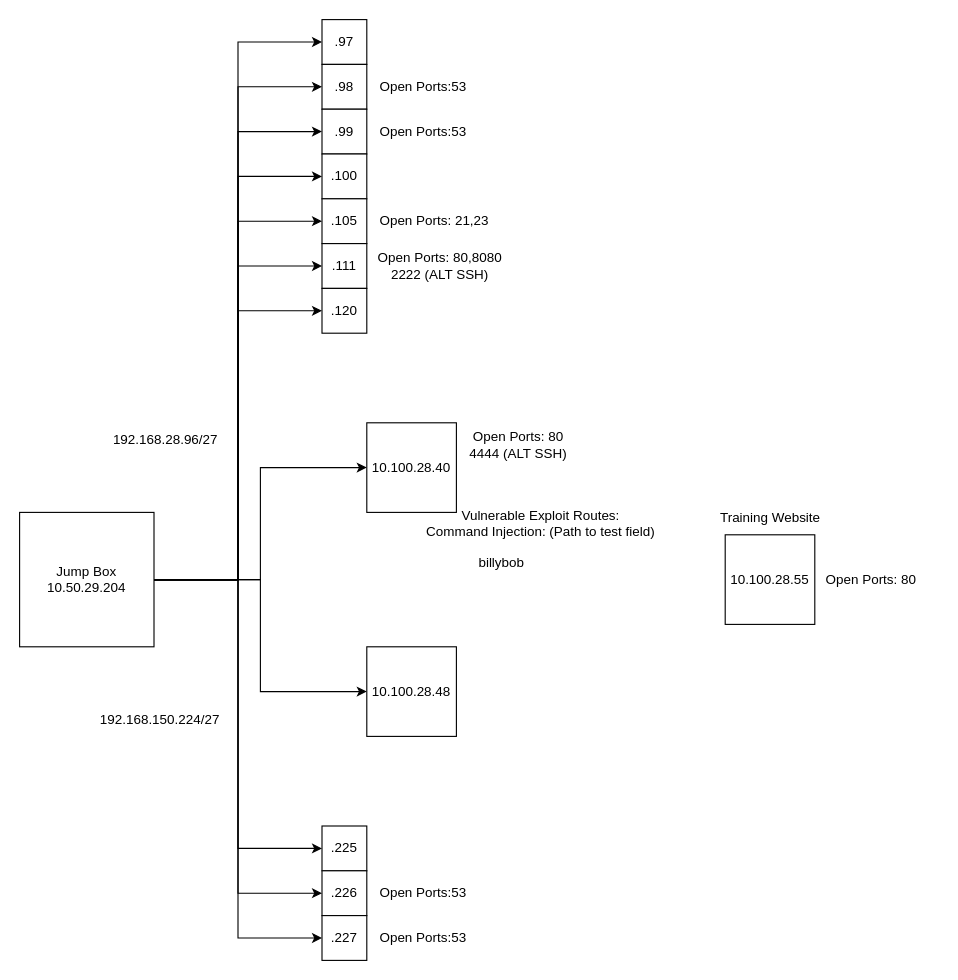
Above: Security/Untitled Diagram.drawio in LukeaBrown/COSC (draw.io), before the change. Source tidied: cells renumbered, new cells numbered last; positions are measured from the earlier drawing's top-left corner, leaving out a move shared by most shapes. Both pictures are drawn from the tidied source at 112%, with x=0, y=0 at pixel (19, 19).
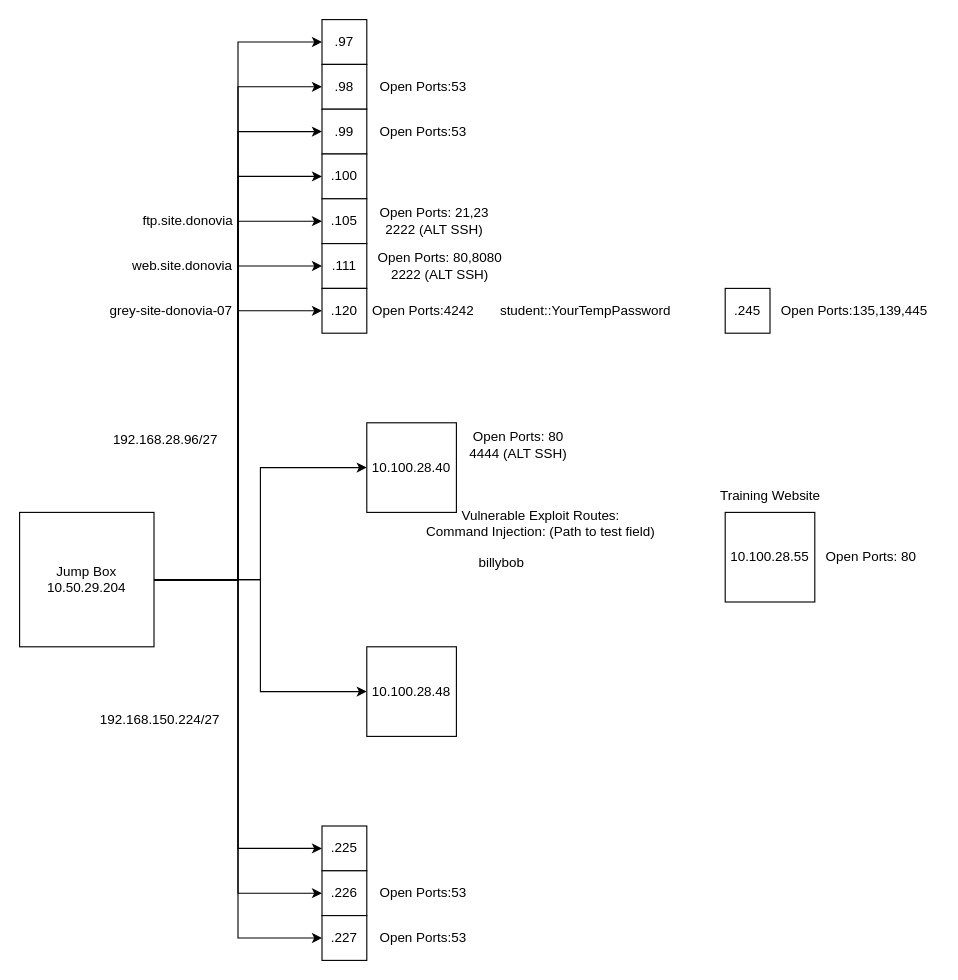
The same diagram, later.

Diff of the diagram source:
```diff
@@
-    <mxCell id="22" value="Open Ports: 21,23" style="text;html=1;align=center;verticalAlign=middle;strokeColor=none;fillColor=none;" parent="1" vertex="1">
-      <mxGeometry x="310" y="165" width="120" height="30" as="geometry" />
+    <mxCell id="22" value="&lt;div&gt;Open Ports: 21,23&lt;/div&gt;2222 (ALT SSH)" style="text;html=1;align=center;verticalAlign=middle;strokeColor=none;fillColor=none;" parent="1" vertex="1">
+      <mxGeometry x="310" y="160" width="120" height="40" as="geometry" />
     </mxCell>
@@
     <mxCell id="37" value="10.100.28.55" style="whiteSpace=wrap;html=1;" parent="1" vertex="1">
-      <mxGeometry x="630" y="460" width="80" height="80" as="geometry" />
+      <mxGeometry x="630" y="440" width="80" height="80" as="geometry" />
     </mxCell>
     <mxCell id="38" value="&lt;div&gt;Training Website&lt;/div&gt;" style="text;html=1;align=center;verticalAlign=middle;strokeColor=none;fillColor=none;" parent="1" vertex="1">
-      <mxGeometry x="615" y="430" width="110" height="30" as="geometry" />
+      <mxGeometry x="615" y="410" width="110" height="30" as="geometry" />
     </mxCell>
     <mxCell id="39" value="Open Ports: 80" style="text;html=1;align=center;verticalAlign=middle;strokeColor=none;fillColor=none;" parent="1" vertex="1">
-      <mxGeometry x="710" y="485" width="100" height="30" as="geometry" />
+      <mxGeometry x="710" y="465" width="100" height="30" as="geometry" />
     </mxCell>
@@
+    <mxCell id="41" value=".245" style="whiteSpace=wrap;html=1;" parent="1" vertex="1">
+      <mxGeometry x="630" y="240" width="40" height="40" as="geometry" />
+    </mxCell>
+    <mxCell id="42" value="ftp.site.donovia" style="text;html=1;align=center;verticalAlign=middle;strokeColor=none;fillColor=none;" parent="1" vertex="1">
+      <mxGeometry x="100" y="165" width="100" height="30" as="geometry" />
+    </mxCell>
+    <mxCell id="43" value="web.site.donovia" style="text;html=1;align=center;verticalAlign=middle;strokeColor=none;fillColor=none;" parent="1" vertex="1">
+      <mxGeometry x="90" y="205" width="110" height="30" as="geometry" />
+    </mxCell>
+    <mxCell id="44" value="Open Ports:4242" style="text;html=1;align=center;verticalAlign=middle;strokeColor=none;fillColor=none;" parent="1" vertex="1">
+      <mxGeometry x="305" y="245" width="110" height="30" as="geometry" />
+    </mxCell>
+    <mxCell id="45" value="grey-site-donovia-07" style="text;html=1;align=center;verticalAlign=middle;strokeColor=none;fillColor=none;" parent="1" vertex="1">
+      <mxGeometry x="70" y="245" width="130" height="30" as="geometry" />
+    </mxCell>
+    <mxCell id="46" value="student::YourTempPassword" style="text;html=1;align=center;verticalAlign=middle;strokeColor=none;fillColor=none;" parent="1" vertex="1">
+      <mxGeometry x="415" y="245" width="180" height="30" as="geometry" />
+    </mxCell>
+    <mxCell id="47" value="Open Ports:135,139,445" style="text;html=1;align=center;verticalAlign=middle;strokeColor=none;fillColor=none;" parent="1" vertex="1">
+      <mxGeometry x="670" y="245" width="150" height="30" as="geometry" />
+    </mxCell>
```
